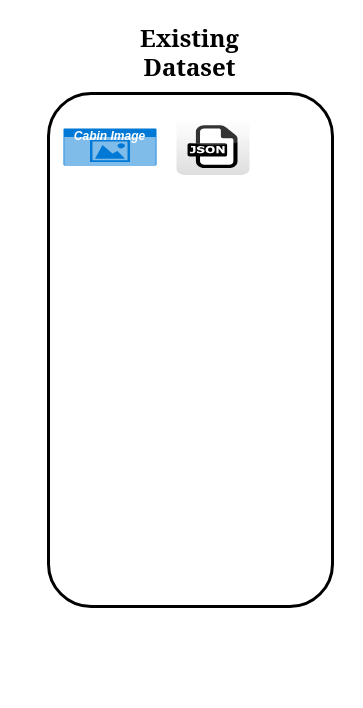
The draw.io diagram titan_overview.drawio in Albertchamberlain/draw_io, before the edit. Source tidied: cells renumbered, new cells numbered last; positions are measured from the earlier drawing's top-left corner, leaving out a move shared by most shapes. Both pictures are drawn from the tidied source at 100%, with x=0, y=0 at pixel (48, 17).
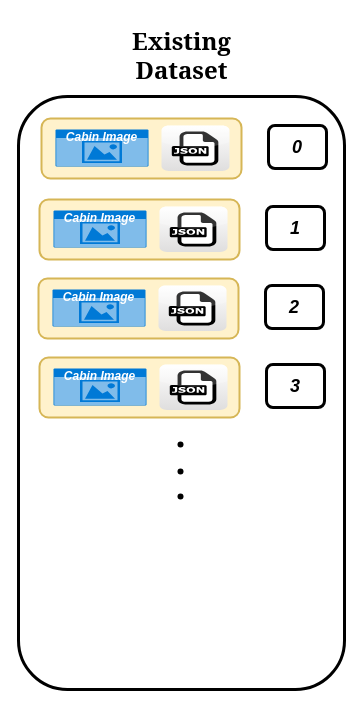
Above is the later version.

What changed in the source:
```diff
@@
     <mxCell id="2" style="rounded=1;whiteSpace=wrap;html=1;strokeWidth=3;" parent="1" vertex="1">
-      <mxGeometry y="76" width="284" height="513" as="geometry" />
+      <mxGeometry x="-30" y="79" width="326" height="593" as="geometry" />
     </mxCell>
     <mxCell id="3" value="&lt;font face=&quot;Georgia&quot; style=&quot;font-size: 24px;&quot;&gt;&lt;b&gt;Existing&lt;/b&gt;&lt;/font&gt;&lt;div&gt;&lt;font face=&quot;Georgia&quot; style=&quot;font-size: 24px;&quot;&gt;&lt;b&gt;Dataset&lt;/b&gt;&lt;/font&gt;&lt;/div&gt;" style="text;html=1;align=center;verticalAlign=middle;strokeColor=none;fillColor=none;" parent="1" vertex="1">
-      <mxGeometry x="90" width="102" height="70" as="geometry" />
+      <mxGeometry x="82" y="3" width="102" height="70" as="geometry" />
     </mxCell>
+    <mxCell id="6" value="&lt;font style=&quot;font-size: 18px;&quot;&gt;&lt;b&gt;&lt;i&gt;0&lt;/i&gt;&lt;/b&gt;&lt;/font&gt;" style="rounded=1;whiteSpace=wrap;html=1;strokeWidth=3;" parent="1" vertex="1">
+      <mxGeometry x="220" y="108" width="58" height="43" as="geometry" />
+    </mxCell>
+    <mxCell id="7" style="rounded=1;whiteSpace=wrap;html=1;strokeWidth=2;fillColor=#fff2cc;strokeColor=#d6b656;" parent="1" vertex="1">
+      <mxGeometry x="-7" y="101" width="200" height="60" as="geometry" />
+    </mxCell>
     <mxCell id="4" value="&lt;b&gt;&lt;i&gt;Cabin Image&lt;/i&gt;&lt;/b&gt;" style="html=1;whiteSpace=wrap;strokeColor=none;fillColor=#0079D6;labelPosition=center;verticalLabelPosition=middle;verticalAlign=top;align=center;fontSize=12;spacingTop=-6;fontColor=#FFFFFF;sketch=0;shape=mxgraph.sitemap.photo;" parent="1" vertex="1">
-      <mxGeometry x="15" y="111" width="93" height="37" as="geometry" />
+      <mxGeometry x="7" y="112" width="93" height="37" as="geometry" />
     </mxCell>
     <mxCell id="5" style="dashed=0;html=1;align=center;labelPosition=center;verticalLabelPosition=bottom;verticalAlign=top;shape=mxgraph.webicons.json;gradientColor=#DFDEDE;" parent="1" vertex="1">
-      <mxGeometry x="128" y="100" width="73" height="57.4" as="geometry" />
+      <mxGeometry x="113" y="108" width="68" height="45.4" as="geometry" />
     </mxCell>
+    <mxCell id="8" value="&lt;font style=&quot;font-size: 18px;&quot;&gt;&lt;b&gt;&lt;i&gt;1&lt;/i&gt;&lt;/b&gt;&lt;/font&gt;" style="rounded=1;whiteSpace=wrap;html=1;strokeWidth=3;" parent="1" vertex="1">
+      <mxGeometry x="218" y="189" width="58" height="43" as="geometry" />
+    </mxCell>
+    <mxCell id="9" style="rounded=1;whiteSpace=wrap;html=1;strokeWidth=2;fillColor=#fff2cc;strokeColor=#d6b656;" parent="1" vertex="1">
+      <mxGeometry x="-9" y="182" width="200" height="60" as="geometry" />
+    </mxCell>
+    <mxCell id="10" value="&lt;b&gt;&lt;i&gt;Cabin Image&lt;/i&gt;&lt;/b&gt;" style="html=1;whiteSpace=wrap;strokeColor=none;fillColor=#0079D6;labelPosition=center;verticalLabelPosition=middle;verticalAlign=top;align=center;fontSize=12;spacingTop=-6;fontColor=#FFFFFF;sketch=0;shape=mxgraph.sitemap.photo;" parent="1" vertex="1">
+      <mxGeometry x="5" y="193" width="93" height="37" as="geometry" />
+    </mxCell>
+    <mxCell id="11" style="dashed=0;html=1;align=center;labelPosition=center;verticalLabelPosition=bottom;verticalAlign=top;shape=mxgraph.webicons.json;gradientColor=#DFDEDE;" parent="1" vertex="1">
+      <mxGeometry x="111" y="189" width="68" height="45.4" as="geometry" />
+    </mxCell>
+    <mxCell id="12" value="&lt;font style=&quot;font-size: 18px;&quot;&gt;&lt;b&gt;&lt;i&gt;2&lt;/i&gt;&lt;/b&gt;&lt;/font&gt;" style="rounded=1;whiteSpace=wrap;html=1;strokeWidth=3;" parent="1" vertex="1">
+      <mxGeometry x="217" y="268" width="58" height="43" as="geometry" />
+    </mxCell>
+    <mxCell id="13" style="rounded=1;whiteSpace=wrap;html=1;strokeWidth=2;fillColor=#fff2cc;strokeColor=#d6b656;" parent="1" vertex="1">
+      <mxGeometry x="-10" y="261" width="200" height="60" as="geometry" />
+    </mxCell>
+    <mxCell id="14" value="&lt;b&gt;&lt;i&gt;Cabin Image&lt;/i&gt;&lt;/b&gt;" style="html=1;whiteSpace=wrap;strokeColor=none;fillColor=#0079D6;labelPosition=center;verticalLabelPosition=middle;verticalAlign=top;align=center;fontSize=12;spacingTop=-6;fontColor=#FFFFFF;sketch=0;shape=mxgraph.sitemap.photo;" parent="1" vertex="1">
+      <mxGeometry x="4" y="272" width="93" height="37" as="geometry" />
+    </mxCell>
+    <mxCell id="15" style="dashed=0;html=1;align=center;labelPosition=center;verticalLabelPosition=bottom;verticalAlign=top;shape=mxgraph.webicons.json;gradientColor=#DFDEDE;" parent="1" vertex="1">
+      <mxGeometry x="110" y="268" width="68" height="45.4" as="geometry" />
+    </mxCell>
+    <mxCell id="16" value="&lt;font style=&quot;font-size: 18px;&quot;&gt;&lt;b&gt;&lt;i&gt;3&lt;/i&gt;&lt;/b&gt;&lt;/font&gt;" style="rounded=1;whiteSpace=wrap;html=1;strokeWidth=3;" parent="1" vertex="1">
+      <mxGeometry x="218" y="347" width="58" height="43" as="geometry" />
+    </mxCell>
+    <mxCell id="17" style="rounded=1;whiteSpace=wrap;html=1;strokeWidth=2;fillColor=#fff2cc;strokeColor=#d6b656;" parent="1" vertex="1">
+      <mxGeometry x="-9" y="340" width="200" height="60" as="geometry" />
+    </mxCell>
+    <mxCell id="18" value="&lt;b&gt;&lt;i&gt;Cabin Image&lt;/i&gt;&lt;/b&gt;" style="html=1;whiteSpace=wrap;strokeColor=none;fillColor=#0079D6;labelPosition=center;verticalLabelPosition=middle;verticalAlign=top;align=center;fontSize=12;spacingTop=-6;fontColor=#FFFFFF;sketch=0;shape=mxgraph.sitemap.photo;" parent="1" vertex="1">
+      <mxGeometry x="5" y="351" width="93" height="37" as="geometry" />
+    </mxCell>
+    <mxCell id="19" style="dashed=0;html=1;align=center;labelPosition=center;verticalLabelPosition=bottom;verticalAlign=top;shape=mxgraph.webicons.json;gradientColor=#DFDEDE;" parent="1" vertex="1">
+      <mxGeometry x="111" y="347" width="68" height="45.4" as="geometry" />
+    </mxCell>
+    <mxCell id="20" style="shape=waypoint;sketch=0;size=6;fillColor=none;perimeter=centerPerimeter;" parent="1" vertex="1">
+      <mxGeometry x="122" y="417" width="20" height="20" as="geometry" />
+    </mxCell>
+    <mxCell id="21" style="shape=waypoint;sketch=0;size=6;fillColor=none;perimeter=centerPerimeter;" parent="1" vertex="1">
+      <mxGeometry x="122" y="444" width="20" height="20" as="geometry" />
+    </mxCell>
+    <mxCell id="22" style="shape=waypoint;sketch=0;size=6;fillColor=none;perimeter=centerPerimeter;" parent="1" vertex="1">
+      <mxGeometry x="122" y="469" width="20" height="20" as="geometry" />
+    </mxCell>
```
